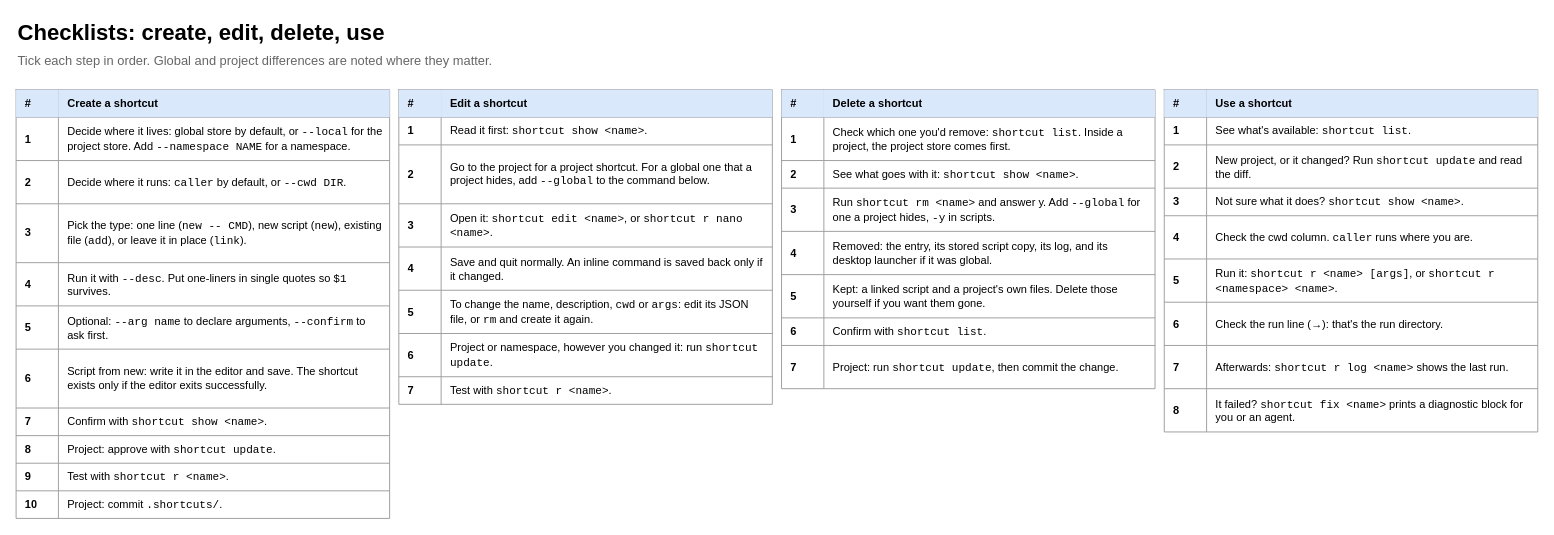
This is page "5 Checklists" (5 of 5) of docs/shortcut-overview.drawio from StanLukuvka/Shortcut, a draw.io file, before an edit. Source tidied: cells renumbered, new cells numbered last; positions are measured from the earlier drawing's top-left corner, leaving out a move shared by most shapes. Both pictures are drawn from the tidied source at 92%, with x=0, y=0 at pixel (16, 16).
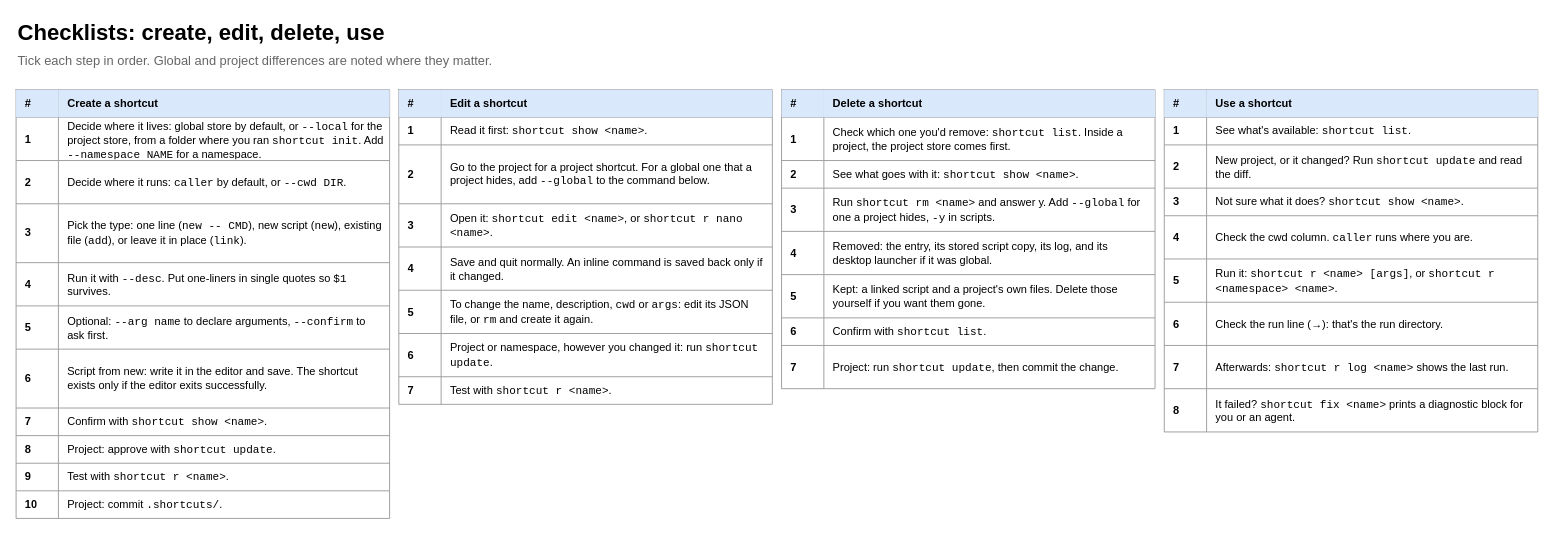
After the change.

Commit message (it also covers changes not shown here):
Make --local use only the store in the current directory

Unchanged cells that the change refers to:
```xml
<mxCell id="8" style="shape=tableRow;horizontal=0;startSize=0;swimlaneHead=0;swimlaneBody=0;strokeColor=inherit;top=0;left=0;bottom=0;right=0;fillColor=none;html=1;" parent="4" vertex="1">
  <mxGeometry y="30" width="406" height="47" as="geometry" />
</mxCell>
```

Change to the diagram source:
```diff
@@
-    <mxCell id="10" value="Decide where it lives: global store by default, or &lt;font face=&quot;monospace&quot;&gt;--local&lt;/font&gt; for the project store. Add &lt;font face=&quot;monospace&quot;&gt;--namespace NAME&lt;/font&gt; for a namespace." style="shape=partialRectangle;html=1;whiteSpace=wrap;strokeColor=inherit;overflow=hidden;fillColor=none;top=0;left=0;bottom=0;right=0;align=left;verticalAlign=middle;spacingLeft=8;spacingRight=6;fontSize=12;" parent="8" vertex="1">
+    <mxCell id="10" value="Decide where it lives: global store by default, or &lt;font face=&quot;monospace&quot;&gt;--local&lt;/font&gt; for the project store, from a folder where you ran &lt;font face=&quot;monospace&quot;&gt;shortcut init&lt;/font&gt;. Add &lt;font face=&quot;monospace&quot;&gt;--namespace NAME&lt;/font&gt; for a namespace." style="shape=partialRectangle;html=1;whiteSpace=wrap;strokeColor=inherit;overflow=hidden;fillColor=none;top=0;left=0;bottom=0;right=0;align=left;verticalAlign=middle;spacingLeft=8;spacingRight=6;fontSize=12;" parent="8" vertex="1">
       <mxGeometry x="46" width="360" height="47" as="geometry" />
     </mxCell>
```
